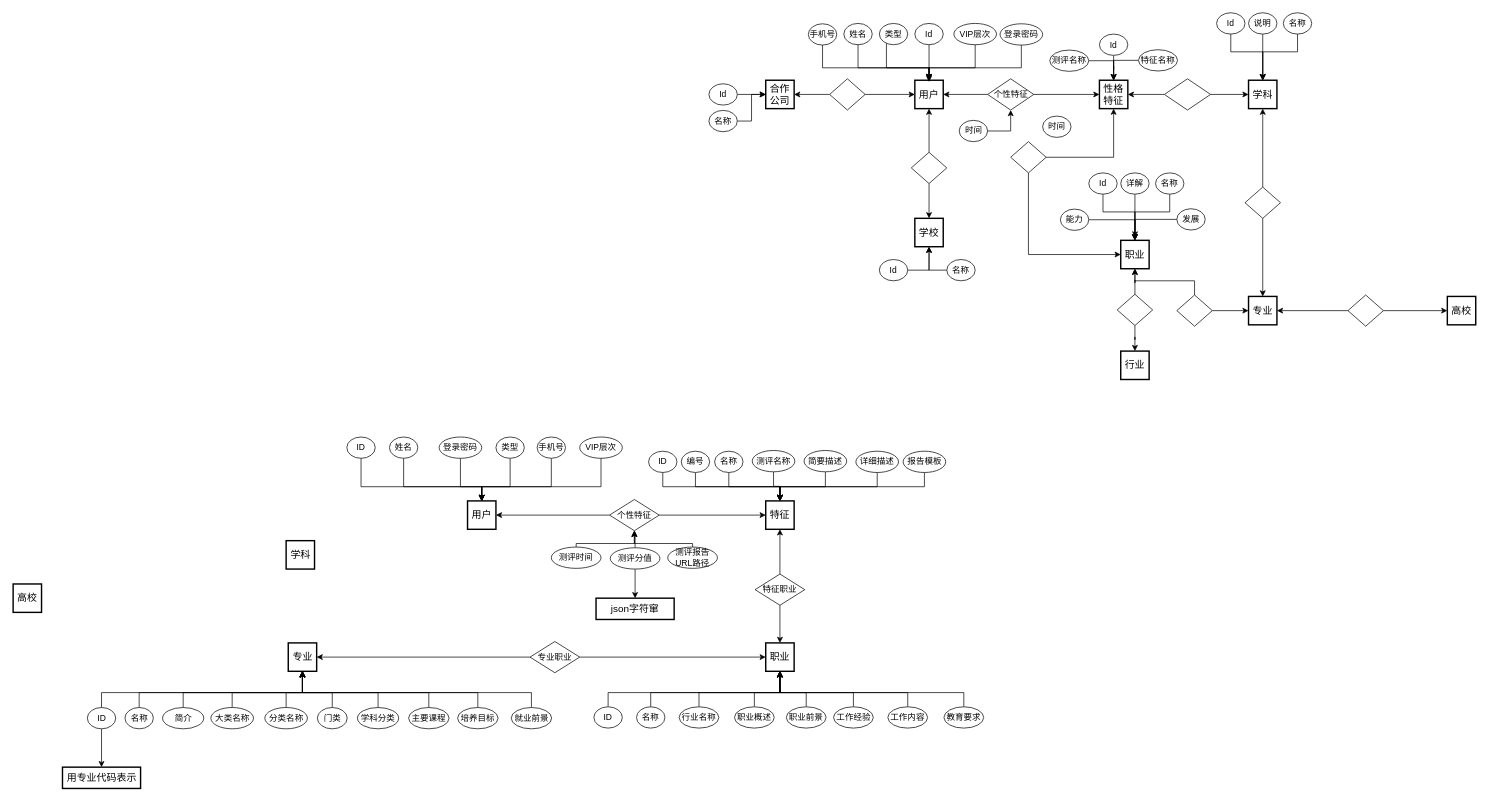
Earlier version of the draw.io diagram ER.drawio (lry198010/ACES). Source tidied: cells renumbered, new cells numbered last; positions are measured from the earlier drawing's top-left corner, leaving out a move shared by most shapes. Both pictures are drawn from the tidied source at 71%, with x=0, y=0 at pixel (13, 12).
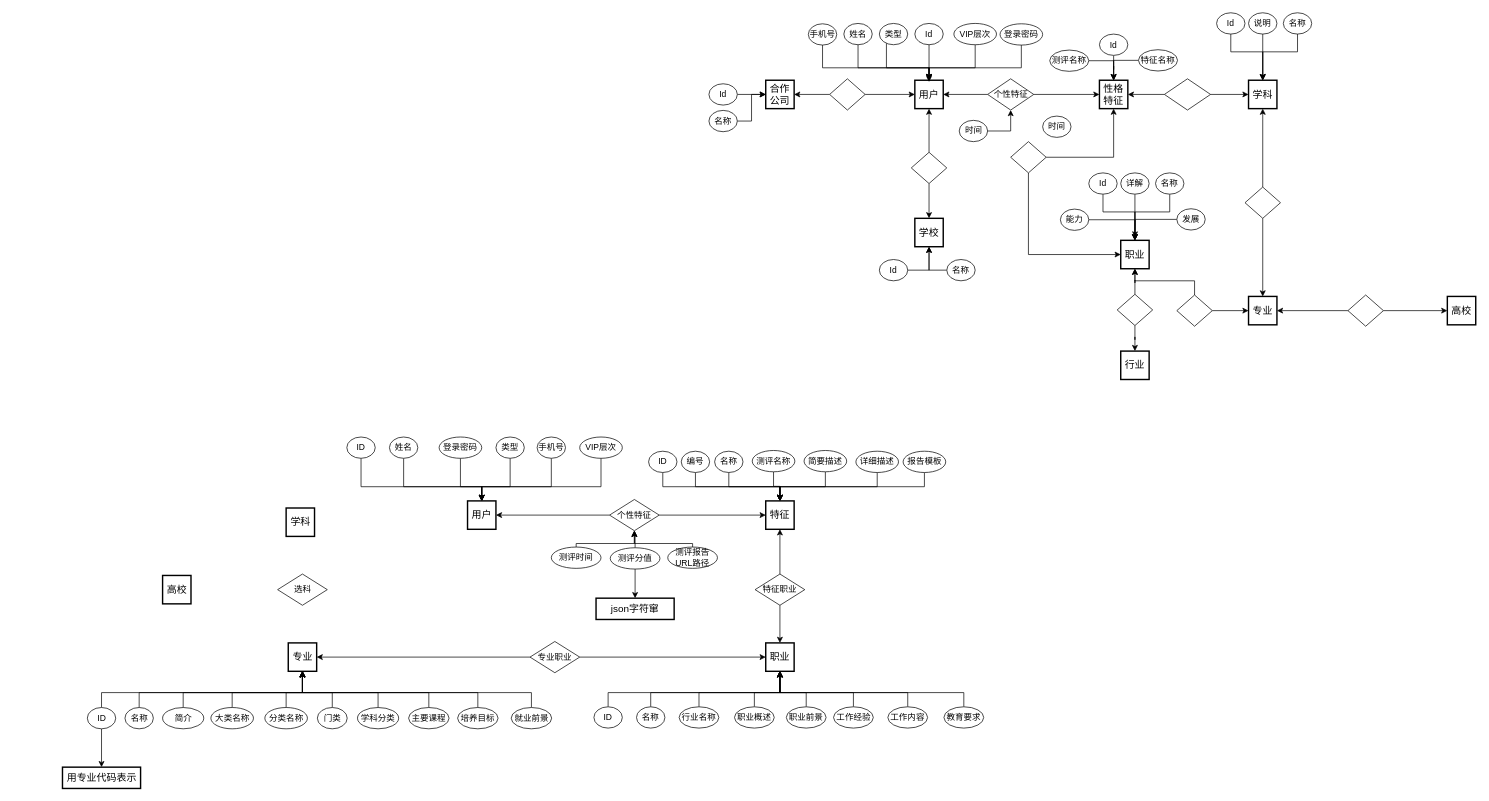
The same diagram, later.

Commit message:
添加基本的联系. ER.drawio

Diff of the diagram source:
```diff
@@
     <mxCell id="163" value="高校" style="strokeWidth=2;whiteSpace=wrap;html=1;align=center;fontSize=14;" parent="1" vertex="1">
-      <mxGeometry y="805" width="40" height="40" as="geometry" />
+      <mxGeometry x="210.5" y="793" width="40" height="40" as="geometry" />
     </mxCell>
     <mxCell id="164" value="学科" style="strokeWidth=2;whiteSpace=wrap;html=1;align=center;fontSize=14;" parent="1" vertex="1">
-      <mxGeometry x="384.5" y="744" width="40" height="40" as="geometry" />
+      <mxGeometry x="384.5" y="698" width="40" height="40" as="geometry" />
     </mxCell>
@@
+    <mxCell id="171" value="选科" style="rhombus;whiteSpace=wrap;html=1;" parent="1" vertex="1">
+      <mxGeometry x="372.5" y="791" width="70" height="44" as="geometry" />
+    </mxCell>
```
